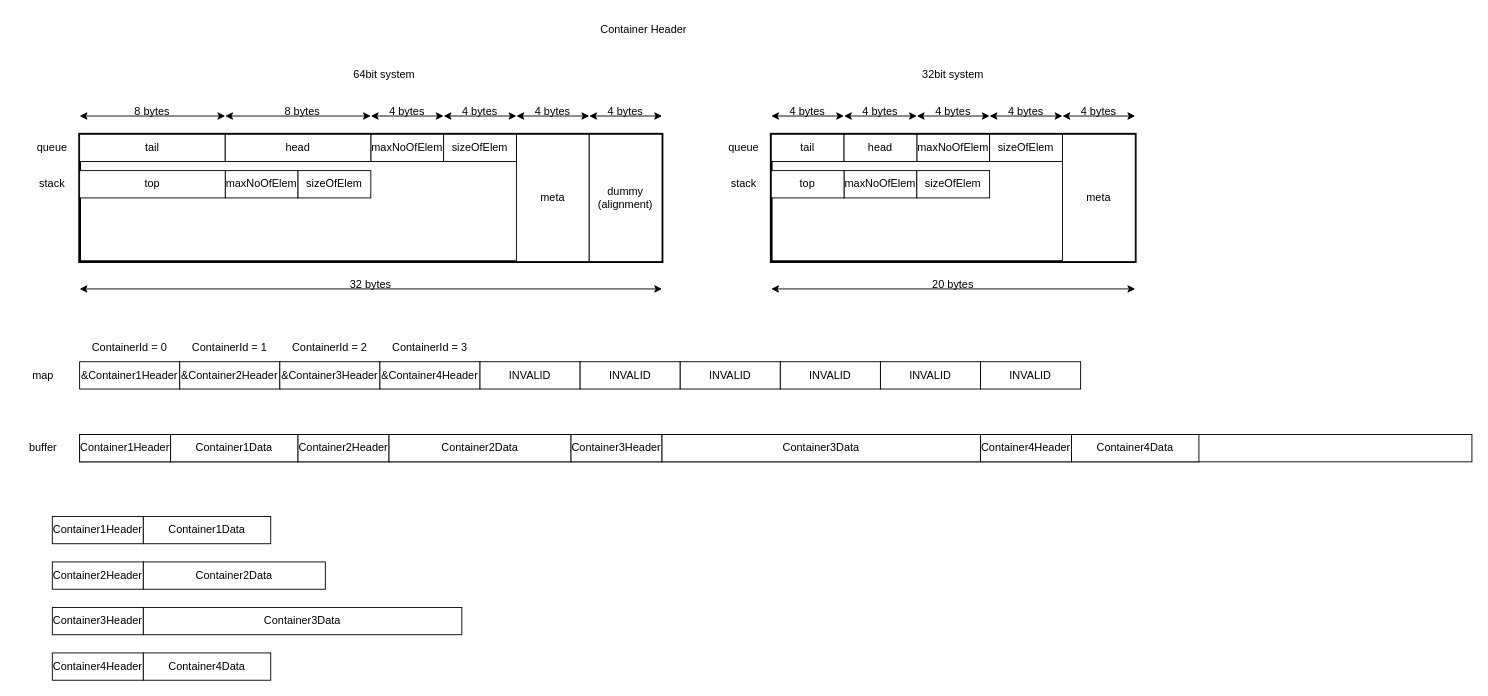
Before: SCP/doc/SCP.drawio in Sasha01/StaticContainerPool, a draw.io diagram. Source tidied: cells renumbered, new cells numbered last; positions are measured from the earlier drawing's top-left corner, leaving out a move shared by most shapes. Both pictures are drawn from the tidied source at 91%, with x=0, y=0 at pixel (15, 15).
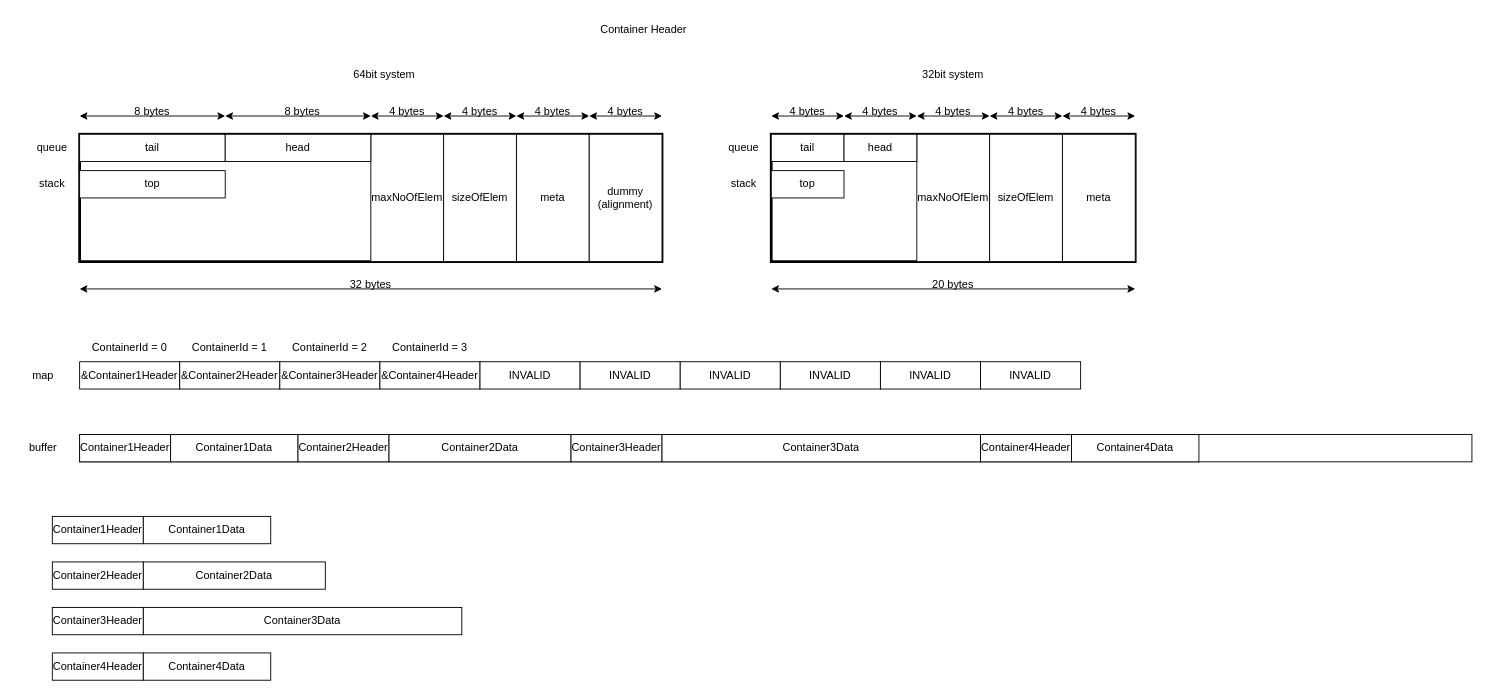
The same page after the edit.

Commit message (it also covers changes not shown here):
Made maxNoOfElem and sizeOfElem generic rather than specific.

The edit, as a diff of the source:
```diff
@@
     <mxCell id="21" value="maxNoOfElem" style="rounded=0;whiteSpace=wrap;html=1;" parent="1" vertex="1">
-      <mxGeometry x="390" y="130" width="80" height="30" as="geometry" />
+      <mxGeometry x="390" y="130" width="80" height="140" as="geometry" />
     </mxCell>
     <mxCell id="22" value="sizeOfElem" style="rounded=0;whiteSpace=wrap;html=1;" parent="1" vertex="1">
-      <mxGeometry x="470" y="130" width="80" height="30" as="geometry" />
+      <mxGeometry x="470" y="130" width="80" height="140" as="geometry" />
     </mxCell>
@@
-    <mxCell id="26" value="maxNoOfElem" style="rounded=0;whiteSpace=wrap;html=1;" parent="1" vertex="1">
-      <mxGeometry x="230" y="170" width="80" height="30" as="geometry" />
-    </mxCell>
-    <mxCell id="27" value="sizeOfElem" style="rounded=0;whiteSpace=wrap;html=1;" parent="1" vertex="1">
-      <mxGeometry x="310" y="170" width="80" height="30" as="geometry" />
-    </mxCell>
@@
     <mxCell id="48" value="maxNoOfElem" style="rounded=0;whiteSpace=wrap;html=1;" parent="1" vertex="1">
-      <mxGeometry x="990" y="130" width="80" height="30" as="geometry" />
+      <mxGeometry x="990" y="130" width="80" height="140" as="geometry" />
     </mxCell>
     <mxCell id="49" value="sizeOfElem" style="rounded=0;whiteSpace=wrap;html=1;" parent="1" vertex="1">
-      <mxGeometry x="1070" y="130" width="80" height="30" as="geometry" />
+      <mxGeometry x="1070" y="130" width="80" height="140" as="geometry" />
     </mxCell>
@@
-    <mxCell id="52" value="maxNoOfElem" style="rounded=0;whiteSpace=wrap;html=1;" parent="1" vertex="1">
-      <mxGeometry x="910" y="170" width="80" height="30" as="geometry" />
-    </mxCell>
-    <mxCell id="53" value="sizeOfElem" style="rounded=0;whiteSpace=wrap;html=1;" parent="1" vertex="1">
-      <mxGeometry x="990" y="170" width="80" height="30" as="geometry" />
-    </mxCell>
```
